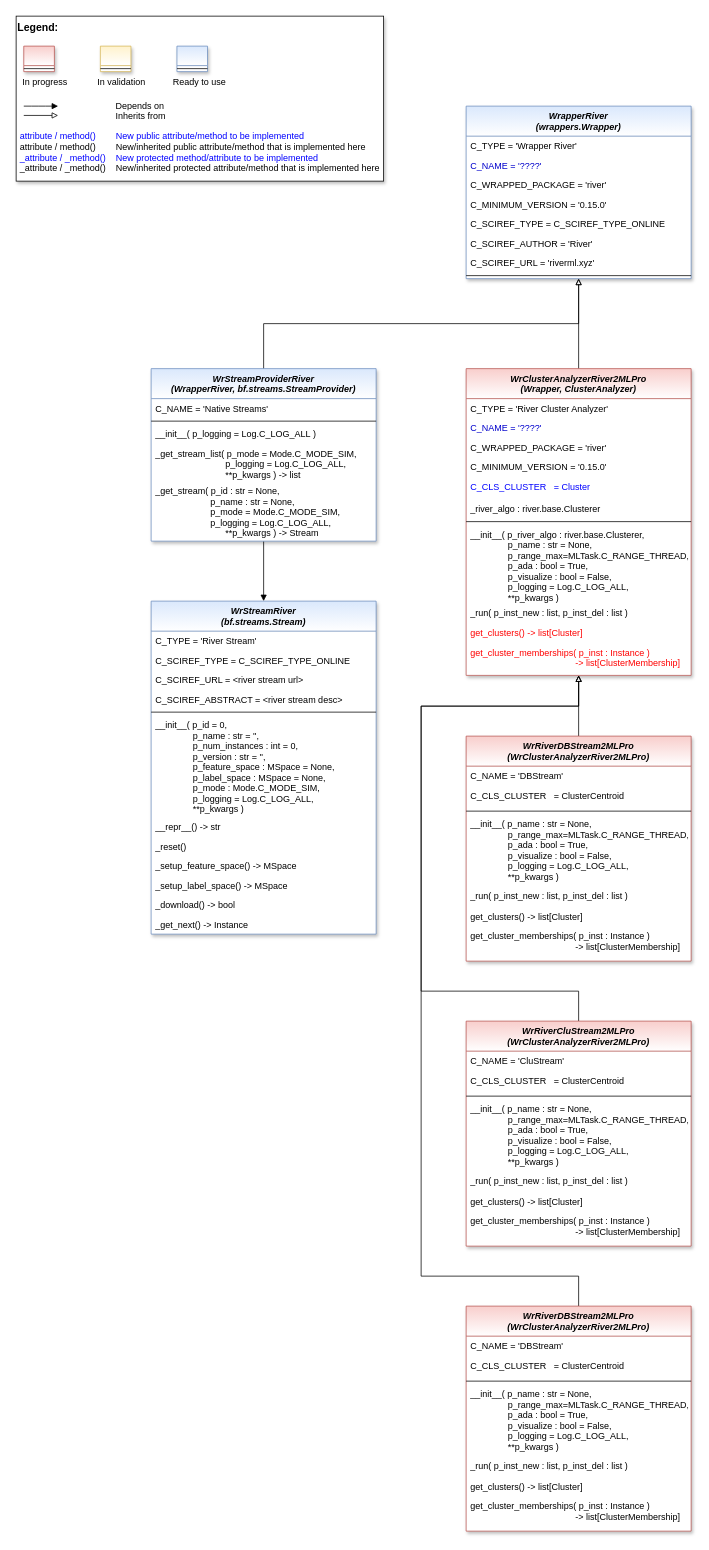
fhswf/MLPro keeps this draw.io diagram as doc/rtd/content/04_appendices/appendix2/sub/wrappers/images/MLPro-Wrappers-River.drawio. Above is the earlier version. Source tidied: cells renumbered, new cells numbered last; positions are measured from the earlier drawing's top-left corner, leaving out a move shared by most shapes. Both pictures are drawn from the tidied source at 75%, with x=0, y=0 at pixel (16, 16).
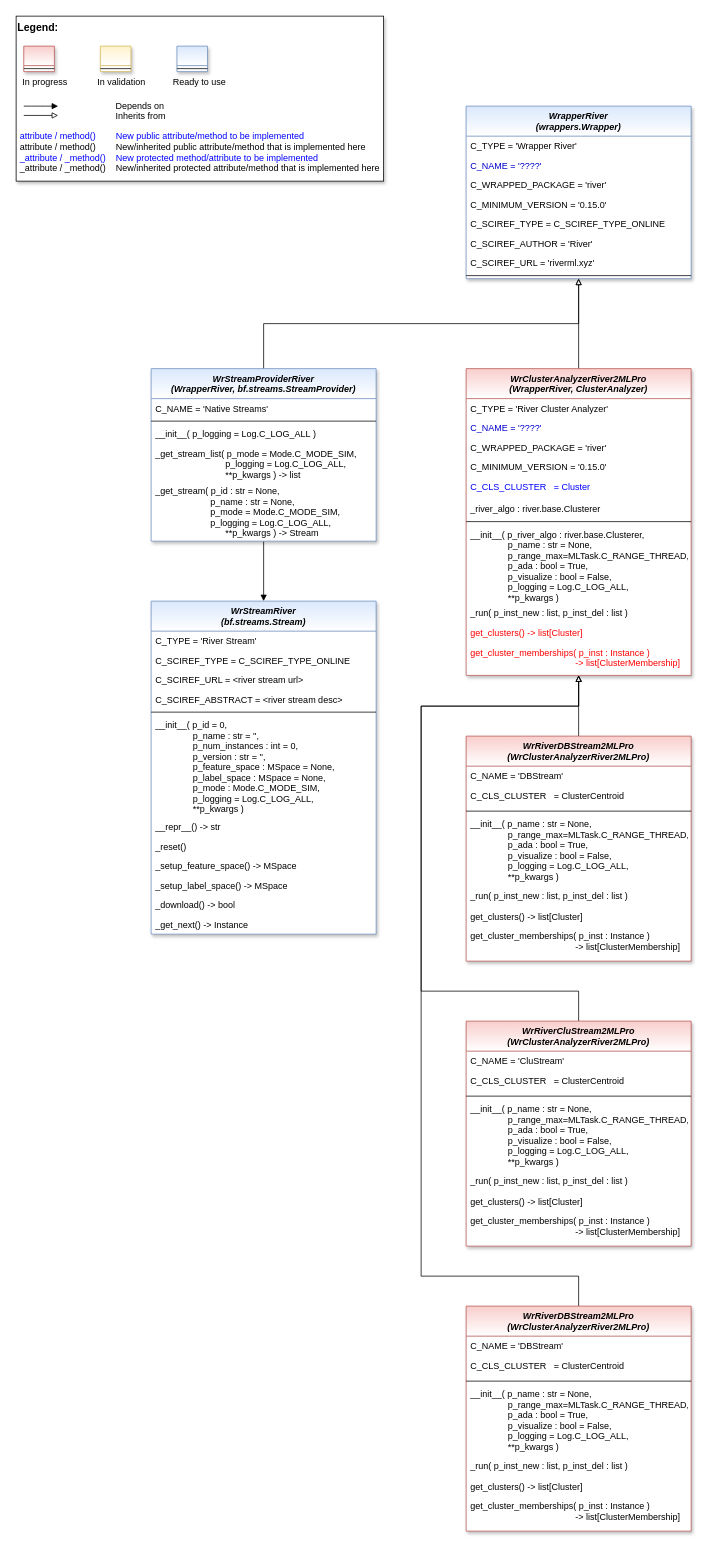
After the change.

Commit message (it also covers changes not shown here):
OA-Streams: Implementation of core classes #474

The edit, as a diff of the source:
```diff
@@
-    <mxCell id="22" value="WrClusterAnalyzerRiver2MLPro &#10;(Wrapper, ClusterAnalyzer)" style="swimlane;fontStyle=3;align=center;verticalAlign=top;horizontal=1;startSize=40;rounded=0;shadow=1;strokeWidth=1;fillColor=#f8cecc;strokeColor=#b85450;swimlaneFillColor=#ffffff;gradientColor=#FFFFFF;" parent="1" vertex="1">
+    <mxCell id="22" value="WrClusterAnalyzerRiver2MLPro &#10;(WrapperRiver, ClusterAnalyzer)" style="swimlane;fontStyle=3;align=center;verticalAlign=top;horizontal=1;startSize=40;rounded=0;shadow=1;strokeWidth=1;fillColor=#f8cecc;strokeColor=#b85450;swimlaneFillColor=#ffffff;gradientColor=#FFFFFF;" parent="1" vertex="1">
       <mxGeometry x="600" y="470" width="300" height="409" as="geometry" />
     </mxCell>
```
